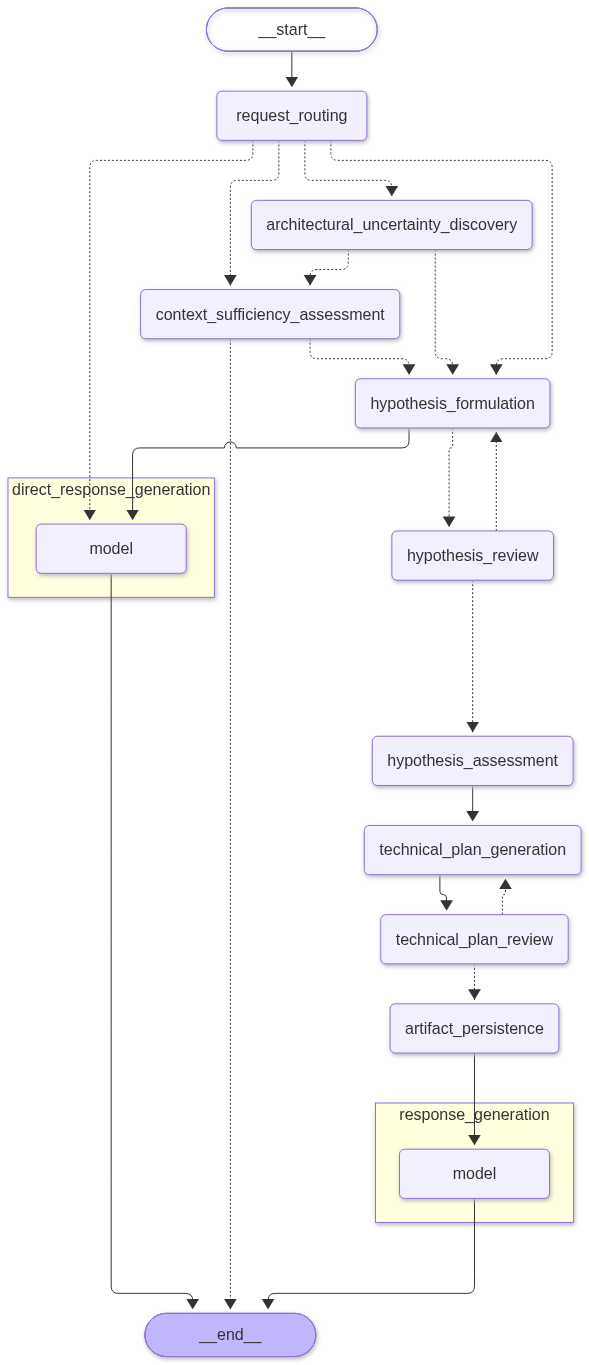
Before: docs/architecture/archhypo-flow-agent.png, a diagram exported from Mermaid (archhypo-ai/archflow-solo). Its source is kept beside it as docs/architecture/archhypo-flow-agent.mmd.
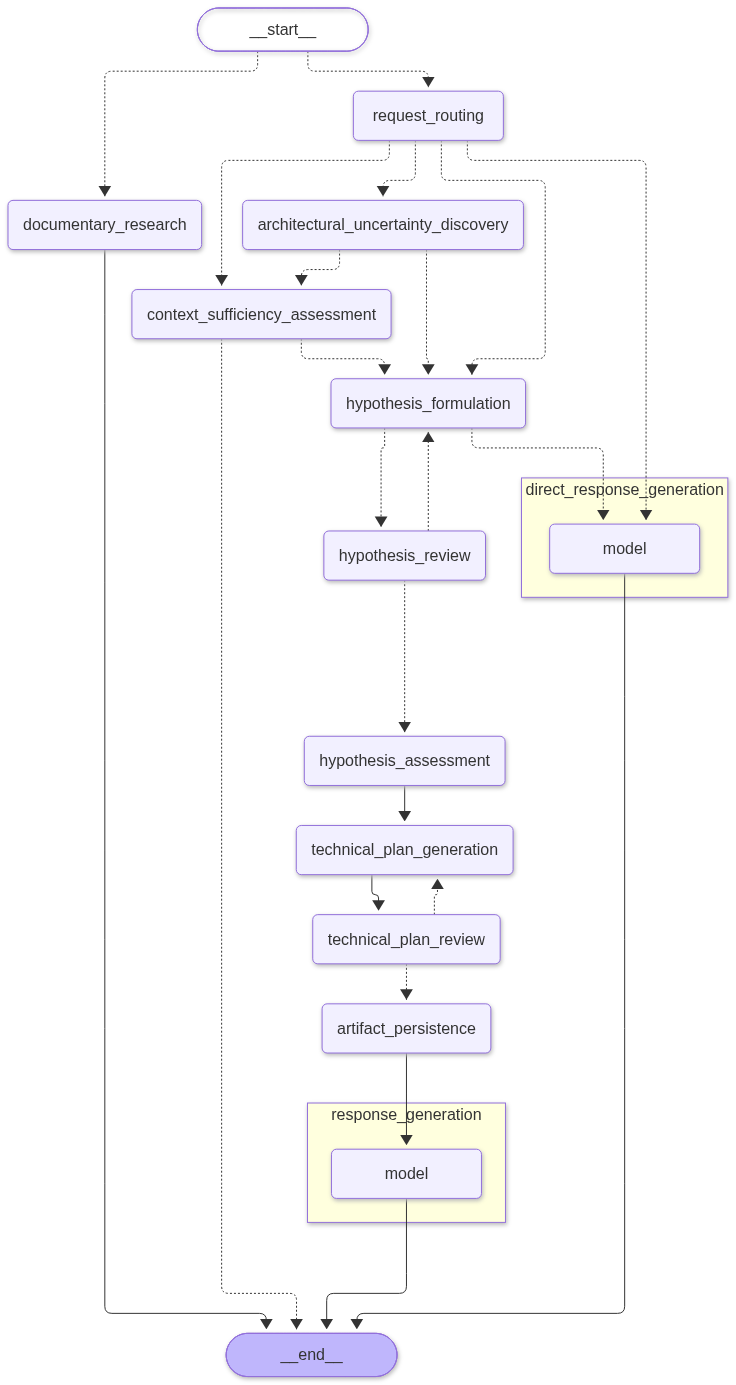
The same file after the commit.

The edit, as a diff of the source:
```diff
@@ -5,6 +5,7 @@
 ---
 graph TD;
 	__start__([<p>__start__</p>]):::first
+	documentary_research(documentary_research)
 	request_routing(request_routing)
 	architectural_uncertainty_discovery(architectural_uncertainty_discovery)
 	hypothesis_formulation(hypothesis_formulation)
@@ -15,7 +16,8 @@
 	technical_plan_review(technical_plan_review)
 	artifact_persistence(artifact_persistence)
 	__end__([<p>__end__</p>]):::last
-	__start__ --> request_routing;
+	__start__ -.-> documentary_research;
+	__start__ -.-> request_routing;
 	architectural_uncertainty_discovery -.-> context_sufficiency_assessment;
 	architectural_uncertainty_discovery -.-> hypothesis_formulation;
 	artifact_persistence --> response_generation\3amodel;
@@ -34,6 +36,7 @@
 	technical_plan_review -.-> artifact_persistence;
 	technical_plan_review -.-> technical_plan_generation;
 	direct_response_generation\3amodel --> __end__;
+	documentary_research --> __end__;
 	response_generation\3amodel --> __end__;
 	subgraph direct_response_generation
 	direct_response_generation\3amodel(model)
```
